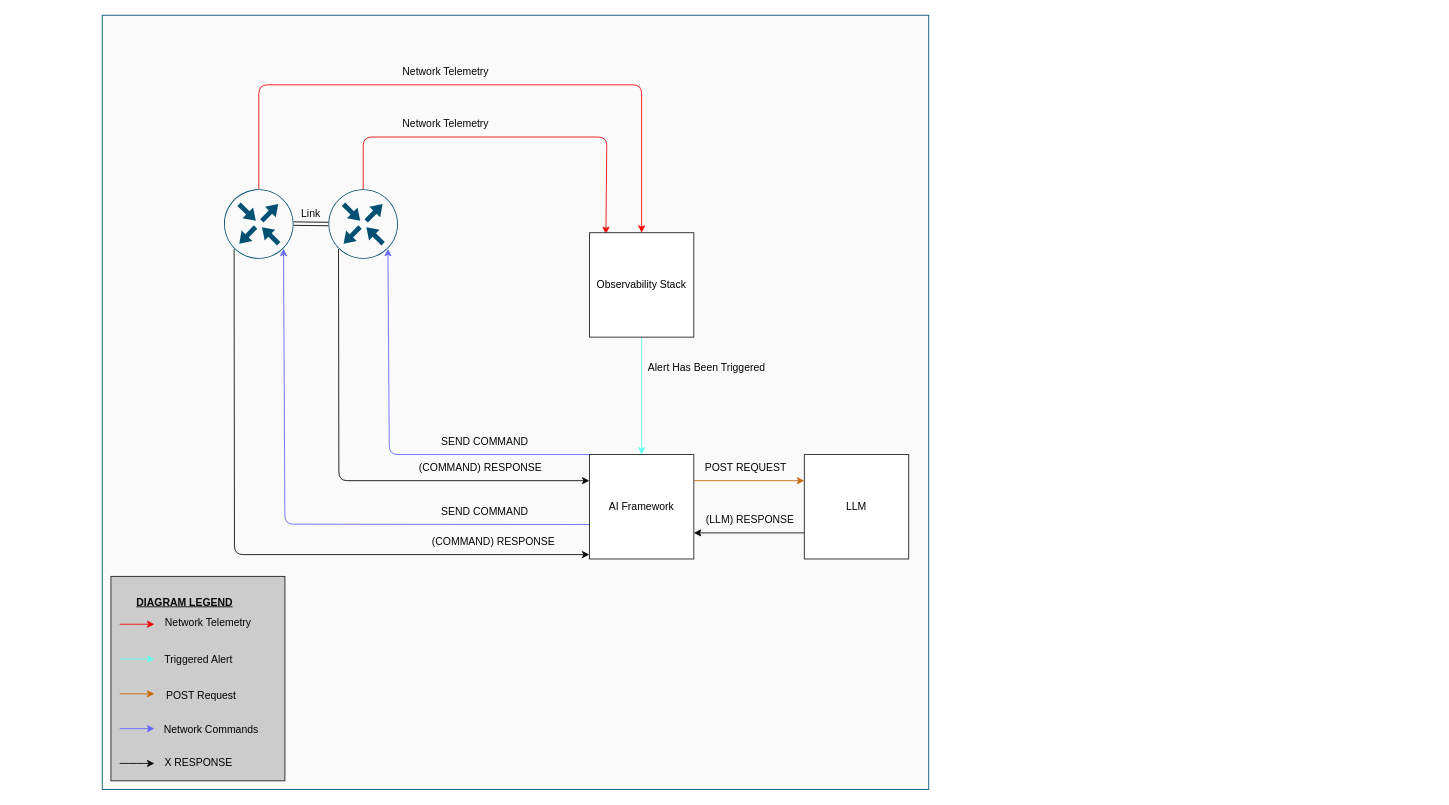
cianfi/university_fyp keeps this draw.io diagram as documents/process.drawio. Above is the earlier version. Source tidied: cells renumbered, new cells numbered last; positions are measured from the earlier drawing's top-left corner, leaving out a move shared by most shapes. Both pictures are drawn from the tidied source at 87%, with x=0, y=0 at pixel (102, 15).
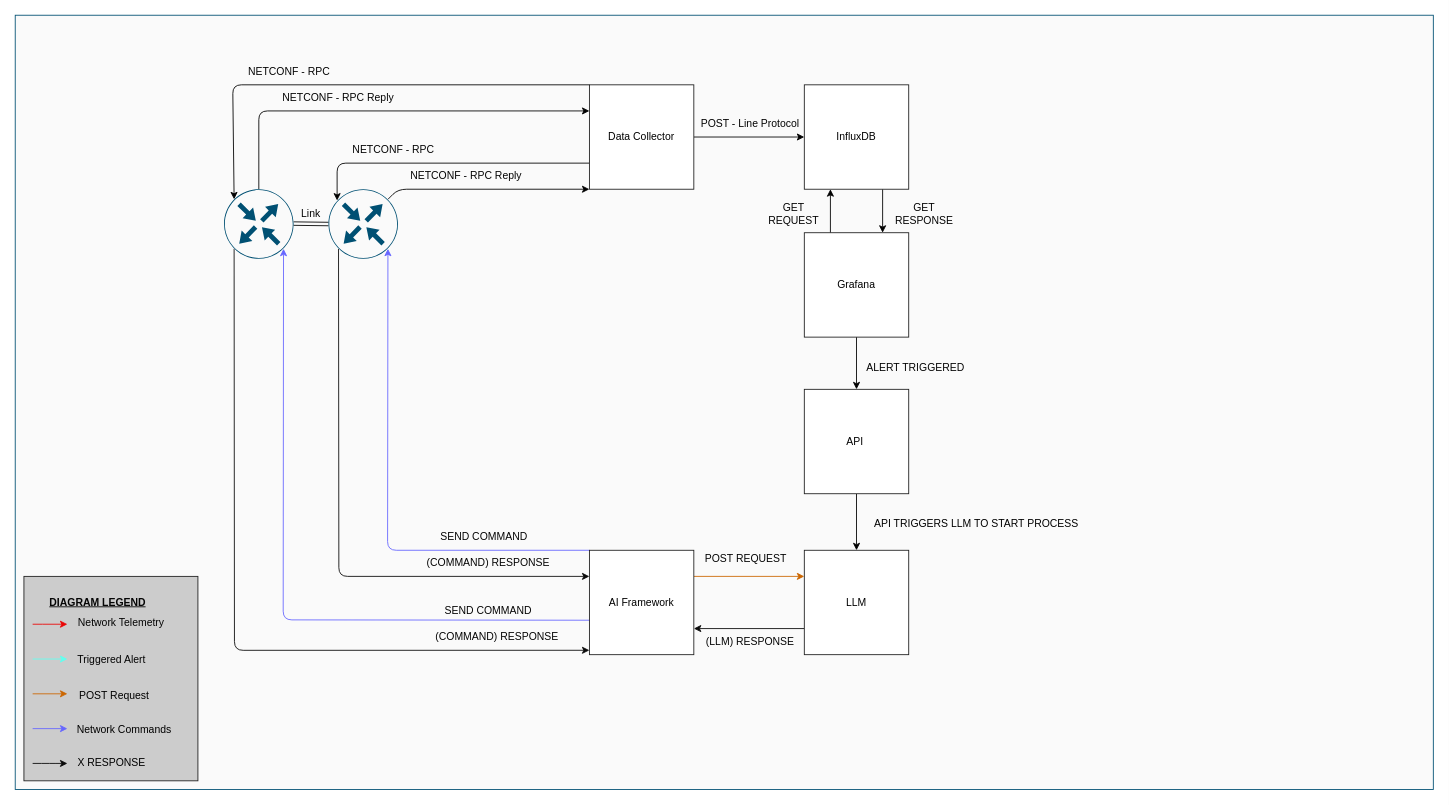
Above is the later version.

Unchanged cells that the change refers to:
```xml
<mxCell id="6" style="sketch=0;points=[[0.5,0,0],[1,0.5,0],[0.5,1,0],[0,0.5,0],[0.145,0.145,0],[0.8555,0.145,0],[0.855,0.8555,0],[0.145,0.855,0]];verticalLabelPosition=bottom;html=1;verticalAlign=top;align=center;shape=mxgraph.cisco19.rect;prIcon=router;fillColor=#FAFAFA;strokeColor=#005073;" parent="1" vertex="1">
  <mxGeometry x="140" y="200" width="80" height="80" as="geometry" />
</mxCell>
<mxCell id="9" style="sketch=0;points=[[0.5,0,0],[1,0.5,0],[0.5,1,0],[0,0.5,0],[0.145,0.145,0],[0.8555,0.145,0],[0.855,0.8555,0],[0.145,0.855,0]];verticalLabelPosition=bottom;html=1;verticalAlign=top;align=center;shape=mxgraph.cisco19.rect;prIcon=router;fillColor=#FAFAFA;strokeColor=#005073;" parent="1" vertex="1">
  <mxGeometry x="260" y="200" width="80" height="80" as="geometry" />
</mxCell>
<mxCell id="26" value="Link" style="text;html=1;strokeColor=none;fillColor=none;align=center;verticalAlign=middle;whiteSpace=wrap;rounded=0;fontColor=#050505;" parent="1" vertex="1">
  <mxGeometry x="210" y="213" width="60" height="30" as="geometry" />
</mxCell>
```

The edit, as a diff of the source:
```diff
@@
     <mxCell id="2" style="whiteSpace=wrap;html=1;verticalAlign=top;fillColor=#FAFAFA;strokeColor=#005073;sketch=0;" parent="1" vertex="1">
-      <mxGeometry width="950" height="890" as="geometry" />
+      <mxGeometry x="-100" width="1630" height="890" as="geometry" />
     </mxCell>
     <mxCell id="3" style="rounded=0;whiteSpace=wrap;html=1;strokeColor=#1F1F1F;fontColor=#000000;fillColor=#CCCCCC;" parent="1" vertex="1">
-      <mxGeometry x="10" y="645" width="200" height="235" as="geometry" />
+      <mxGeometry x="-90" y="645" width="200" height="235" as="geometry" />
     </mxCell>
-    <mxCell id="4" style="edgeStyle=none;html=1;entryX=0.5;entryY=0;entryDx=0;entryDy=0;strokeColor=#FF0000;" parent="1" edge="1" source="6" target="11">
-      <mxGeometry relative="1" as="geometry">
-        <Array as="points">
-          <mxPoint x="180" y="80" />
-          <mxPoint x="620" y="80" />
-        </Array>
-      </mxGeometry>
-    </mxCell>
     <mxCell id="5" style="edgeStyle=none;html=1;entryX=0;entryY=0.958;entryDx=0;entryDy=0;strokeColor=#0A0A0A;exitX=0.145;exitY=0.855;exitDx=0;exitDy=0;exitPerimeter=0;entryPerimeter=0;" parent="1" edge="1" source="6" target="15">
       <mxGeometry relative="1" as="geometry">
         <Array as="points">
-          <mxPoint x="152" y="620" />
+          <mxPoint x="152" y="730" />
         </Array>
       </mxGeometry>
     </mxCell>
+    <mxCell id="40" style="edgeStyle=none;html=1;exitX=0.5;exitY=0;exitDx=0;exitDy=0;exitPerimeter=0;entryX=0;entryY=0.25;entryDx=0;entryDy=0;" parent="1" edge="1" source="6" target="44">
+      <mxGeometry relative="1" as="geometry">
+        <Array as="points">
+          <mxPoint x="180" y="110" />
+        </Array>
+      </mxGeometry>
+    </mxCell>
@@
-    <mxCell id="7" style="edgeStyle=none;html=1;entryX=0.158;entryY=0.013;entryDx=0;entryDy=0;strokeColor=#EB0505;exitX=0.5;exitY=0;exitDx=0;exitDy=0;exitPerimeter=0;entryPerimeter=0;" parent="1" edge="1" source="9" target="11">
-      <mxGeometry relative="1" as="geometry">
-        <Array as="points">
-          <mxPoint x="300" y="140" />
-          <mxPoint x="580" y="140" />
-        </Array>
-      </mxGeometry>
-    </mxCell>
     <mxCell id="8" style="edgeStyle=none;html=1;entryX=0;entryY=0.25;entryDx=0;entryDy=0;strokeColor=#0A0A0A;exitX=0.145;exitY=0.855;exitDx=0;exitDy=0;exitPerimeter=0;" parent="1" edge="1" source="9" target="15">
       <mxGeometry relative="1" as="geometry">
         <Array as="points">
-          <mxPoint x="272" y="535" />
+          <mxPoint x="272" y="645" />
         </Array>
       </mxGeometry>
     </mxCell>
+    <mxCell id="41" style="edgeStyle=none;html=1;exitX=0.8555;exitY=0.145;exitDx=0;exitDy=0;exitPerimeter=0;entryX=0;entryY=1;entryDx=0;entryDy=0;" parent="1" edge="1" source="9" target="44">
+      <mxGeometry relative="1" as="geometry">
+        <Array as="points">
+          <mxPoint x="340" y="200" />
+        </Array>
+      </mxGeometry>
+    </mxCell>
@@
-    <mxCell id="10" style="edgeStyle=none;html=1;exitX=0.5;exitY=1;exitDx=0;exitDy=0;entryX=0.5;entryY=0;entryDx=0;entryDy=0;strokeColor=#63FFEF;" parent="1" edge="1" source="11" target="15">
-      <mxGeometry relative="1" as="geometry" />
-    </mxCell>
-    <mxCell id="11" value="&lt;font color=&quot;#000000&quot;&gt;Observability Stack&lt;/font&gt;" style="whiteSpace=wrap;html=1;strokeColor=#1F1F1F;fillColor=#FFFFFF;" parent="1" vertex="1">
-      <mxGeometry x="560" y="250" width="120" height="120" as="geometry" />
-    </mxCell>
@@
     <mxCell id="13" style="edgeStyle=none;html=1;exitX=0.006;exitY=0.67;exitDx=0;exitDy=0;entryX=0.855;entryY=0.8555;entryDx=0;entryDy=0;entryPerimeter=0;strokeColor=#6666FF;exitPerimeter=0;" parent="1" edge="1" source="15" target="6">
       <mxGeometry relative="1" as="geometry">
         <Array as="points">
-          <mxPoint x="210" y="585" />
+          <mxPoint x="208" y="695" />
         </Array>
       </mxGeometry>
     </mxCell>
     <mxCell id="14" style="edgeStyle=none;html=1;exitX=0;exitY=0;exitDx=0;exitDy=0;entryX=0.855;entryY=0.8555;entryDx=0;entryDy=0;entryPerimeter=0;strokeColor=#6666FF;" parent="1" edge="1" source="15" target="9">
       <mxGeometry relative="1" as="geometry">
         <Array as="points">
-          <mxPoint x="330" y="505" />
+          <mxPoint x="328" y="615" />
         </Array>
       </mxGeometry>
     </mxCell>
     <mxCell id="15" value="AI &lt;font color=&quot;#000000&quot;&gt;Framework&lt;/font&gt;" style="whiteSpace=wrap;html=1;strokeColor=#1F1F1F;fillColor=#FFFFFF;" parent="1" vertex="1">
-      <mxGeometry x="560" y="505" width="120" height="120" as="geometry" />
+      <mxGeometry x="560" y="615" width="120" height="120" as="geometry" />
     </mxCell>
@@
     <mxCell id="17" value="&lt;font color=&quot;#000000&quot;&gt;LLM&lt;/font&gt;" style="whiteSpace=wrap;html=1;strokeColor=#1F1F1F;fillColor=#FFFFFF;" parent="1" vertex="1">
-      <mxGeometry x="807" y="505" width="120" height="120" as="geometry" />
+      <mxGeometry x="807" y="615" width="120" height="120" as="geometry" />
     </mxCell>
     <mxCell id="18" value="&lt;u&gt;&lt;b&gt;DIAGRAM LEGEND&lt;/b&gt;&lt;/u&gt;" style="text;html=1;strokeColor=none;fillColor=none;align=center;verticalAlign=middle;whiteSpace=wrap;rounded=0;fontColor=#050505;" parent="1" vertex="1">
-      <mxGeometry y="660" width="190" height="30" as="geometry" />
+      <mxGeometry x="-100" y="660" width="190" height="30" as="geometry" />
     </mxCell>
     <mxCell id="19" style="edgeStyle=none;html=1;strokeColor=#EB0505;" parent="1" edge="1">
       <mxGeometry relative="1" as="geometry">
-        <mxPoint x="20" y="700" as="sourcePoint" />
-        <mxPoint x="60" y="700" as="targetPoint" />
+        <mxPoint x="-80" y="700" as="sourcePoint" />
+        <mxPoint x="-40" y="700" as="targetPoint" />
         <Array as="points">
-          <mxPoint x="30" y="700" />
+          <mxPoint x="-70" y="700" />
         </Array>
       </mxGeometry>
     </mxCell>
     <mxCell id="20" style="edgeStyle=none;html=1;exitX=0.5;exitY=1;exitDx=0;exitDy=0;strokeColor=#63FFEF;" parent="1" edge="1">
       <mxGeometry relative="1" as="geometry">
-        <mxPoint x="20" y="740" as="sourcePoint" />
-        <mxPoint x="60" y="740" as="targetPoint" />
+        <mxPoint x="-80" y="740" as="sourcePoint" />
+        <mxPoint x="-40" y="740" as="targetPoint" />
       </mxGeometry>
     </mxCell>
     <mxCell id="21" style="edgeStyle=none;html=1;exitX=1;exitY=0.25;exitDx=0;exitDy=0;strokeColor=#CC6600;" parent="1" edge="1">
       <mxGeometry relative="1" as="geometry">
-        <mxPoint x="20" y="780" as="sourcePoint" />
-        <mxPoint x="60" y="780" as="targetPoint" />
+        <mxPoint x="-80" y="780" as="sourcePoint" />
+        <mxPoint x="-40" y="780" as="targetPoint" />
       </mxGeometry>
     </mxCell>
     <mxCell id="22" style="edgeStyle=none;html=1;strokeColor=#0A0A0A;" parent="1" edge="1">
       <mxGeometry relative="1" as="geometry">
-        <mxPoint x="20" y="860" as="sourcePoint" />
-        <mxPoint x="60" y="860" as="targetPoint" />
+        <mxPoint x="-80" y="860" as="sourcePoint" />
+        <mxPoint x="-40" y="860" as="targetPoint" />
         <Array as="points">
-          <mxPoint x="40" y="860" />
+          <mxPoint x="-60" y="860" />
         </Array>
       </mxGeometry>
     </mxCell>
     <mxCell id="23" value="Network Telemetry" style="text;html=1;strokeColor=none;fillColor=none;align=center;verticalAlign=middle;whiteSpace=wrap;rounded=0;fontColor=#050505;" parent="1" vertex="1">
-      <mxGeometry x="47" y="684" width="150" height="30" as="geometry" />
+      <mxGeometry x="-53" y="684" width="150" height="30" as="geometry" />
     </mxCell>
     <mxCell id="24" value="Triggered Alert" style="text;html=1;strokeColor=none;fillColor=none;align=center;verticalAlign=middle;whiteSpace=wrap;rounded=0;fontColor=#050505;" parent="1" vertex="1">
-      <mxGeometry x="56" y="726" width="110" height="30" as="geometry" />
+      <mxGeometry x="-44" y="726" width="110" height="30" as="geometry" />
     </mxCell>
@@
-    <mxCell id="27" value="Network Telemetry" style="text;html=1;strokeColor=none;fillColor=none;align=center;verticalAlign=middle;whiteSpace=wrap;rounded=0;fontColor=#050505;" parent="1" vertex="1">
-      <mxGeometry x="340" y="50" width="110" height="30" as="geometry" />
-    </mxCell>
-    <mxCell id="28" value="Network Telemetry" style="text;html=1;strokeColor=none;fillColor=none;align=center;verticalAlign=middle;whiteSpace=wrap;rounded=0;fontColor=#050505;" parent="1" vertex="1">
-      <mxGeometry x="340" y="110" width="110" height="30" as="geometry" />
-    </mxCell>
-    <mxCell id="29" value="Alert Has Been Triggered" style="text;html=1;strokeColor=none;fillColor=none;align=center;verticalAlign=middle;whiteSpace=wrap;rounded=0;fontColor=#050505;" parent="1" vertex="1">
-      <mxGeometry x="620" y="390" width="150" height="30" as="geometry" />
-    </mxCell>
     <mxCell id="30" value="POST REQUEST" style="text;html=1;strokeColor=none;fillColor=none;align=center;verticalAlign=middle;whiteSpace=wrap;rounded=0;fontColor=#050505;" parent="1" vertex="1">
-      <mxGeometry x="690" y="505" width="100" height="30" as="geometry" />
+      <mxGeometry x="690" y="610" width="100" height="30" as="geometry" />
     </mxCell>
     <mxCell id="31" value="(LLM) RESPONSE" style="text;html=1;strokeColor=none;fillColor=none;align=center;verticalAlign=middle;whiteSpace=wrap;rounded=0;fontColor=#050505;" parent="1" vertex="1">
-      <mxGeometry x="690" y="565" width="110" height="30" as="geometry" />
+      <mxGeometry x="690" y="705" width="110" height="30" as="geometry" />
     </mxCell>
     <mxCell id="32" value="SEND COMMAND" style="text;html=1;strokeColor=none;fillColor=none;align=center;verticalAlign=middle;whiteSpace=wrap;rounded=0;fontColor=#050505;" parent="1" vertex="1">
-      <mxGeometry x="370" y="475" width="140" height="30" as="geometry" />
+      <mxGeometry x="369" y="585" width="140" height="30" as="geometry" />
     </mxCell>
     <mxCell id="33" value="(COMMAND) RESPONSE" style="text;html=1;strokeColor=none;fillColor=none;align=center;verticalAlign=middle;whiteSpace=wrap;rounded=0;fontColor=#050505;" parent="1" vertex="1">
-      <mxGeometry x="360" y="505" width="150" height="30" as="geometry" />
+      <mxGeometry x="369" y="615" width="150" height="30" as="geometry" />
     </mxCell>
     <mxCell id="34" value="SEND COMMAND" style="text;html=1;strokeColor=none;fillColor=none;align=center;verticalAlign=middle;whiteSpace=wrap;rounded=0;fontColor=#050505;" parent="1" vertex="1">
-      <mxGeometry x="370" y="556" width="140" height="30" as="geometry" />
+      <mxGeometry x="374" y="670" width="140" height="30" as="geometry" />
     </mxCell>
     <mxCell id="35" value="(COMMAND) RESPONSE" style="text;html=1;strokeColor=none;fillColor=none;align=center;verticalAlign=middle;whiteSpace=wrap;rounded=0;fontColor=#050505;" parent="1" vertex="1">
-      <mxGeometry x="370" y="590" width="160" height="30" as="geometry" />
+      <mxGeometry x="374" y="700" width="160" height="30" as="geometry" />
     </mxCell>
     <mxCell id="36" style="edgeStyle=none;html=1;strokeColor=#6666FF;" parent="1" edge="1">
       <mxGeometry relative="1" as="geometry">
-        <mxPoint x="20" y="820" as="sourcePoint" />
-        <mxPoint x="60" y="820" as="targetPoint" />
+        <mxPoint x="-80" y="820" as="sourcePoint" />
+        <mxPoint x="-40" y="820" as="targetPoint" />
         <Array as="points">
-          <mxPoint x="20" y="820" />
+          <mxPoint x="-80" y="820" />
         </Array>
       </mxGeometry>
     </mxCell>
     <mxCell id="37" value="POST Request" style="text;html=1;strokeColor=none;fillColor=none;align=center;verticalAlign=middle;whiteSpace=wrap;rounded=0;fontColor=#000000;" parent="1" vertex="1">
-      <mxGeometry x="64" y="767" width="100" height="30" as="geometry" />
+      <mxGeometry x="-36" y="767" width="100" height="30" as="geometry" />
     </mxCell>
     <mxCell id="38" value="Network Commands" style="text;html=1;strokeColor=none;fillColor=none;align=center;verticalAlign=middle;whiteSpace=wrap;rounded=0;fontColor=#000000;" parent="1" vertex="1">
-      <mxGeometry x="68" y="806" width="115" height="30" as="geometry" />
+      <mxGeometry x="-32" y="806" width="115" height="30" as="geometry" />
     </mxCell>
     <mxCell id="39" value="X RESPONSE" style="text;html=1;strokeColor=none;fillColor=none;align=center;verticalAlign=middle;whiteSpace=wrap;rounded=0;fontColor=#000000;" parent="1" vertex="1">
-      <mxGeometry x="48" y="844" width="126" height="30" as="geometry" />
+      <mxGeometry x="-52" y="844" width="126" height="30" as="geometry" />
     </mxCell>
+    <mxCell id="42" style="edgeStyle=none;html=1;exitX=0;exitY=0.75;exitDx=0;exitDy=0;entryX=1;entryY=0;entryDx=0;entryDy=0;" parent="1" edge="1" source="44" target="26">
+      <mxGeometry relative="1" as="geometry">
+        <Array as="points">
+          <mxPoint x="270" y="170" />
+        </Array>
+      </mxGeometry>
+    </mxCell>
+    <mxCell id="43" style="edgeStyle=none;html=1;exitX=1;exitY=0.5;exitDx=0;exitDy=0;" parent="1" edge="1" source="44" target="51">
+      <mxGeometry relative="1" as="geometry" />
+    </mxCell>
+    <mxCell id="44" value="Data Collector" style="whiteSpace=wrap;html=1;strokeColor=#1F1F1F;fillColor=#FFFFFF;" parent="1" vertex="1">
+      <mxGeometry x="560" y="80" width="120" height="120" as="geometry" />
+    </mxCell>
+    <mxCell id="45" value="NETCONF - RPC" style="text;html=1;strokeColor=none;fillColor=none;align=center;verticalAlign=middle;whiteSpace=wrap;rounded=0;fontColor=#050505;" parent="1" vertex="1">
+      <mxGeometry x="150" y="50" width="130" height="30" as="geometry" />
+    </mxCell>
+    <mxCell id="46" style="edgeStyle=none;html=1;exitX=0;exitY=0;exitDx=0;exitDy=0;entryX=0.145;entryY=0.145;entryDx=0;entryDy=0;entryPerimeter=0;" parent="1" edge="1" source="44" target="6">
+      <mxGeometry relative="1" as="geometry">
+        <Array as="points">
+          <mxPoint x="150" y="80" />
+        </Array>
+      </mxGeometry>
+    </mxCell>
+    <mxCell id="47" value="NETCONF - RPC Reply" style="text;html=1;strokeColor=none;fillColor=none;align=center;verticalAlign=middle;whiteSpace=wrap;rounded=0;fontColor=#050505;" parent="1" vertex="1">
+      <mxGeometry x="183" y="80" width="177" height="30" as="geometry" />
+    </mxCell>
+    <mxCell id="48" value="NETCONF - RPC" style="text;html=1;strokeColor=none;fillColor=none;align=center;verticalAlign=middle;whiteSpace=wrap;rounded=0;fontColor=#050505;" parent="1" vertex="1">
+      <mxGeometry x="270" y="140" width="130" height="30" as="geometry" />
+    </mxCell>
+    <mxCell id="49" value="NETCONF - RPC Reply" style="text;html=1;strokeColor=none;fillColor=none;align=center;verticalAlign=middle;whiteSpace=wrap;rounded=0;fontColor=#050505;" parent="1" vertex="1">
+      <mxGeometry x="330" y="170" width="177" height="30" as="geometry" />
+    </mxCell>
+    <mxCell id="50" style="edgeStyle=none;html=1;exitX=0.75;exitY=1;exitDx=0;exitDy=0;entryX=0.75;entryY=0;entryDx=0;entryDy=0;" parent="1" edge="1" source="51" target="59">
+      <mxGeometry relative="1" as="geometry" />
+    </mxCell>
+    <mxCell id="51" value="InfluxDB" style="whiteSpace=wrap;html=1;strokeColor=#1F1F1F;fillColor=#FFFFFF;" parent="1" vertex="1">
+      <mxGeometry x="807" y="80" width="120" height="120" as="geometry" />
+    </mxCell>
+    <mxCell id="52" value="POST - Line Protocol" style="text;html=1;strokeColor=none;fillColor=none;align=center;verticalAlign=middle;whiteSpace=wrap;rounded=0;fontColor=#050505;" parent="1" vertex="1">
+      <mxGeometry x="680" y="110" width="130" height="30" as="geometry" />
+    </mxCell>
+    <mxCell id="53" value="GET&lt;div&gt;REQUEST&lt;/div&gt;" style="text;html=1;strokeColor=none;fillColor=none;align=center;verticalAlign=middle;whiteSpace=wrap;rounded=0;fontColor=#050505;" parent="1" vertex="1">
+      <mxGeometry x="760" y="213" width="70" height="30" as="geometry" />
+    </mxCell>
+    <mxCell id="54" value="GET&lt;div&gt;RESPONSE&lt;/div&gt;" style="text;html=1;strokeColor=none;fillColor=none;align=center;verticalAlign=middle;whiteSpace=wrap;rounded=0;fontColor=#050505;" parent="1" vertex="1">
+      <mxGeometry x="910" y="213" width="70" height="30" as="geometry" />
+    </mxCell>
+    <mxCell id="55" style="edgeStyle=none;html=1;exitX=0.5;exitY=1;exitDx=0;exitDy=0;entryX=0.5;entryY=0;entryDx=0;entryDy=0;" parent="1" edge="1" source="56" target="17">
+      <mxGeometry relative="1" as="geometry" />
+    </mxCell>
+    <mxCell id="56" value="API&amp;nbsp;" style="whiteSpace=wrap;html=1;strokeColor=#1F1F1F;fillColor=#FFFFFF;" parent="1" vertex="1">
+      <mxGeometry x="807" y="430" width="120" height="120" as="geometry" />
+    </mxCell>
+    <mxCell id="57" style="edgeStyle=none;html=1;exitX=0.25;exitY=0;exitDx=0;exitDy=0;entryX=0.25;entryY=1;entryDx=0;entryDy=0;" parent="1" edge="1" source="59" target="51">
+      <mxGeometry relative="1" as="geometry" />
+    </mxCell>
+    <mxCell id="58" style="edgeStyle=none;html=1;exitX=0.5;exitY=1;exitDx=0;exitDy=0;" parent="1" edge="1" source="59" target="56">
+      <mxGeometry relative="1" as="geometry" />
+    </mxCell>
+    <mxCell id="59" value="Grafana" style="whiteSpace=wrap;html=1;strokeColor=#1F1F1F;fillColor=#FFFFFF;" parent="1" vertex="1">
+      <mxGeometry x="807" y="250" width="120" height="120" as="geometry" />
+    </mxCell>
+    <mxCell id="60" value="ALERT TRIGGERED" style="text;html=1;strokeColor=none;fillColor=none;align=center;verticalAlign=middle;whiteSpace=wrap;rounded=0;fontColor=#050505;" parent="1" vertex="1">
+      <mxGeometry x="870" y="390" width="130" height="30" as="geometry" />
+    </mxCell>
+    <mxCell id="61" value="API TRIGGERS LLM TO START PROCESS" style="text;html=1;align=center;verticalAlign=middle;whiteSpace=wrap;rounded=0;" parent="1" vertex="1">
+      <mxGeometry x="880" y="570" width="250" height="30" as="geometry" />
+    </mxCell>
+    <mxCell id="62" value="&lt;h1 style=&quot;margin-top: 0px;&quot;&gt;&lt;br&gt;&lt;/h1&gt;" style="text;html=1;whiteSpace=wrap;overflow=hidden;rounded=0;" parent="1" vertex="1">
+      <mxGeometry x="990" y="260" width="330" height="90" as="geometry" />
+    </mxCell>
```
